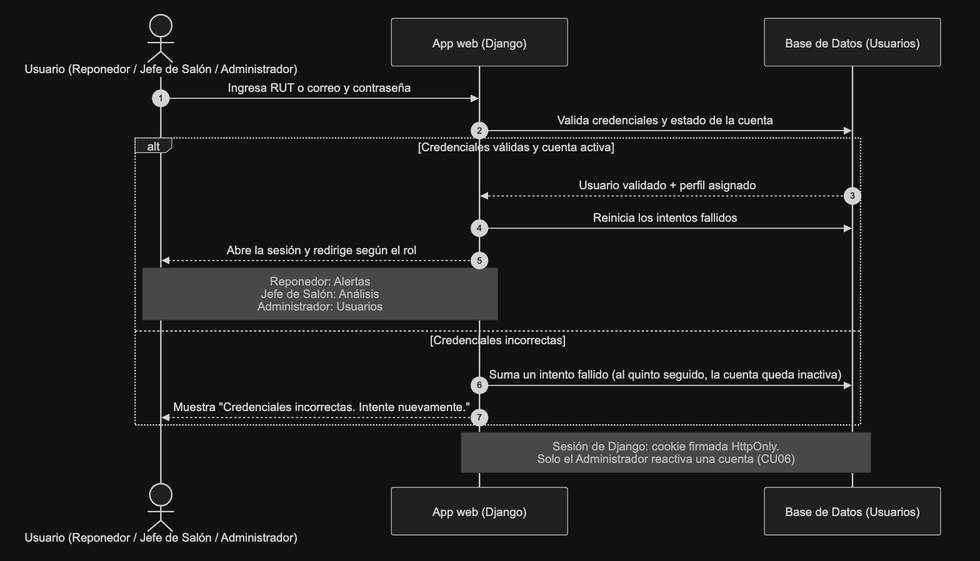
Above: Anexos/Diseño/Diagramas particulares por cada C. U._/Diagrama C.U 00.png in marianapeachy/capstone (Mermaid), before the change. Its source is kept beside it as Anexos/Diseño/Diagramas fuente (Mermaid)/Diagrama C.U 00.mmd.
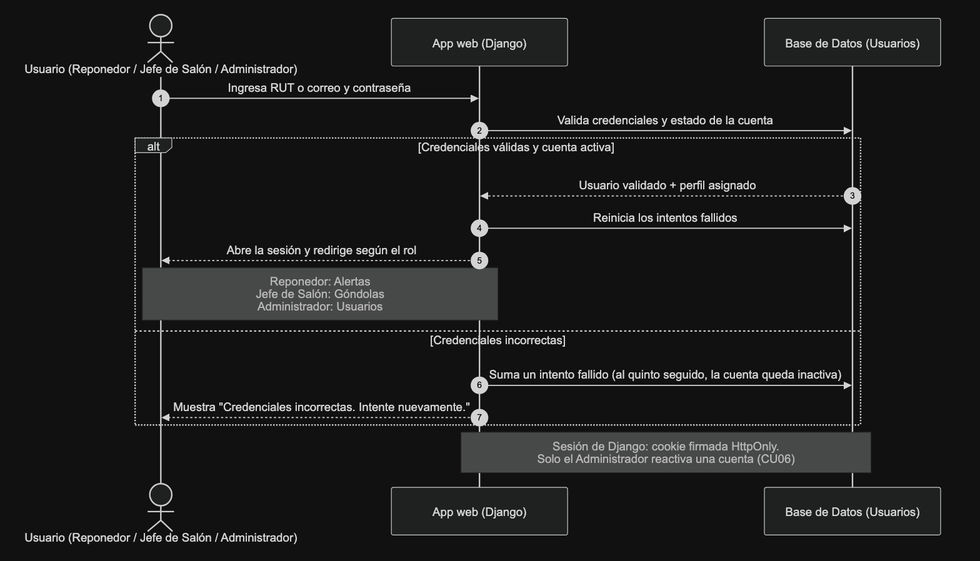
The same diagram one commit later.

Commit message:
docs: point CU00 and the architecture diagram to the dashboard (#43)

Diff of the diagram source:
```diff
@@ -9,7 +9,7 @@
         BD-->>Web: Usuario validado + perfil asignado
         Web->>BD: Reinicia los intentos fallidos
         Web-->>U: Abre la sesión y redirige según el rol
-        Note over U,Web: Reponedor: Alertas<br/>Jefe de Salón: Análisis<br/>Administrador: Usuarios
+        Note over U,Web: Reponedor: Alertas<br/>Jefe de Salón: Góndolas<br/>Administrador: Usuarios
     else Credenciales incorrectas
         Web->>BD: Suma un intento fallido (al quinto seguido, la cuenta queda inactiva)
         Web-->>U: Muestra "Credenciales incorrectas. Intente nuevamente."
```
